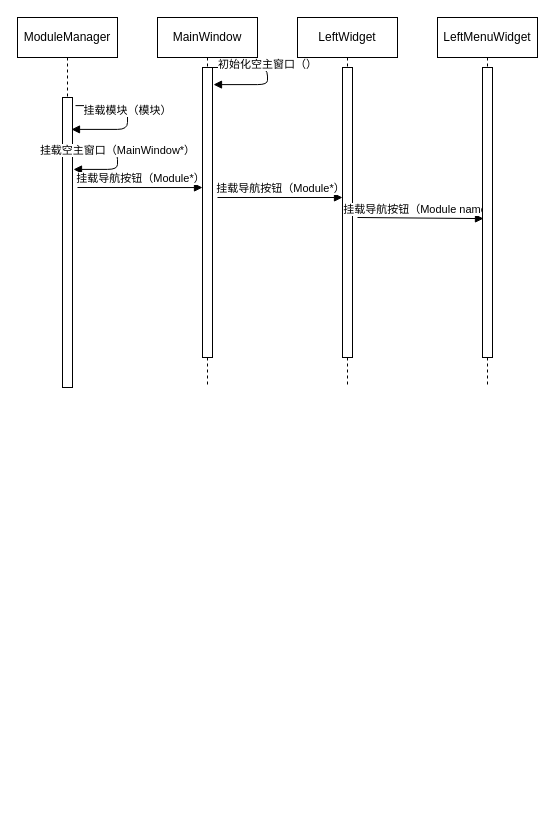
Before: 挂载模块时序图.drawio in chenminchn/UML, a draw.io diagram. Source tidied: cells renumbered, new cells numbered last; positions are measured from the earlier drawing's top-left corner, leaving out a move shared by most shapes. Both pictures are drawn from the tidied source at 100%, with x=0, y=0 at pixel (17, 17).
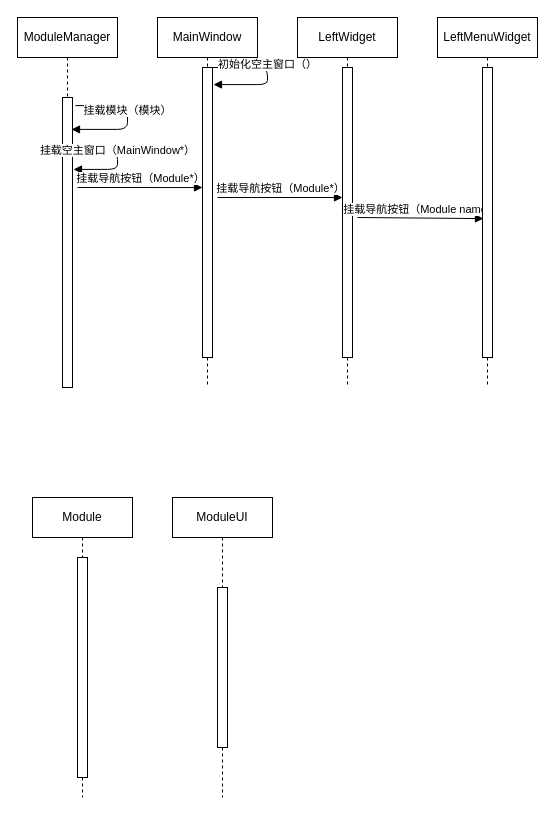
The same page after the edit.

Commit message:
Update 挂载模块时序图.drawio

The edit, as a diff of the source:
```diff
@@
+    <mxCell id="16" value="Module" style="shape=umlLifeline;perimeter=lifelinePerimeter;whiteSpace=wrap;html=1;" parent="1" vertex="1">
+      <mxGeometry x="15" y="480" width="100" height="300" as="geometry" />
+    </mxCell>
+    <mxCell id="17" style="html=1;perimeter=orthogonalPerimeter;" parent="16" vertex="1">
+      <mxGeometry x="45" y="60" width="10" height="220" as="geometry" />
+    </mxCell>
+    <mxCell id="18" value="ModuleUI" style="shape=umlLifeline;perimeter=lifelinePerimeter;whiteSpace=wrap;html=1;" parent="1" vertex="1">
+      <mxGeometry x="155" y="480" width="100" height="300" as="geometry" />
+    </mxCell>
+    <mxCell id="19" style="html=1;perimeter=orthogonalPerimeter;" parent="18" vertex="1">
+      <mxGeometry x="45" y="90" width="10" height="160" as="geometry" />
+    </mxCell>
```
